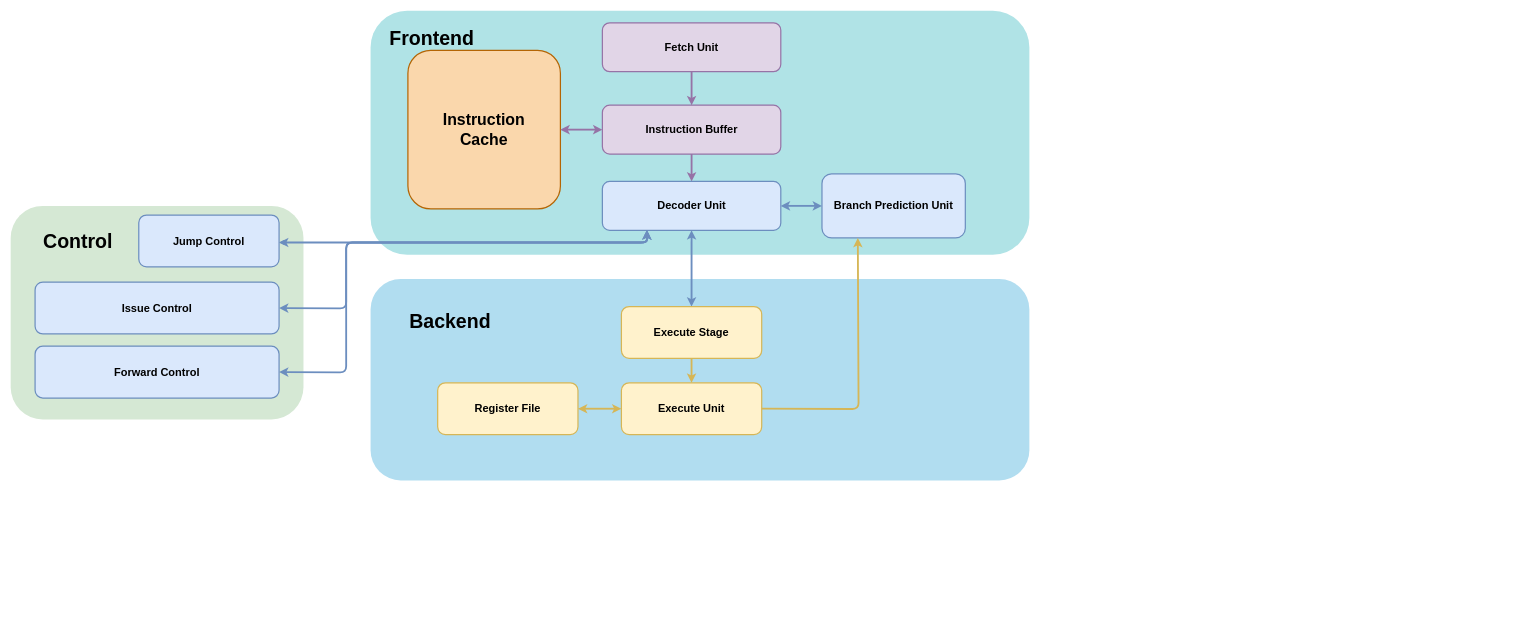
Before: page "Frontend" (8 of 12) of pua-mips.drawio in Clo91eaf/PUA-MIPS, a draw.io diagram. Source tidied: cells renumbered, new cells numbered last; positions are measured from the earlier drawing's top-left corner, leaving out a move shared by most shapes. Both pictures are drawn from the tidied source at 61%, with x=0, y=0 at pixel (10, 10).
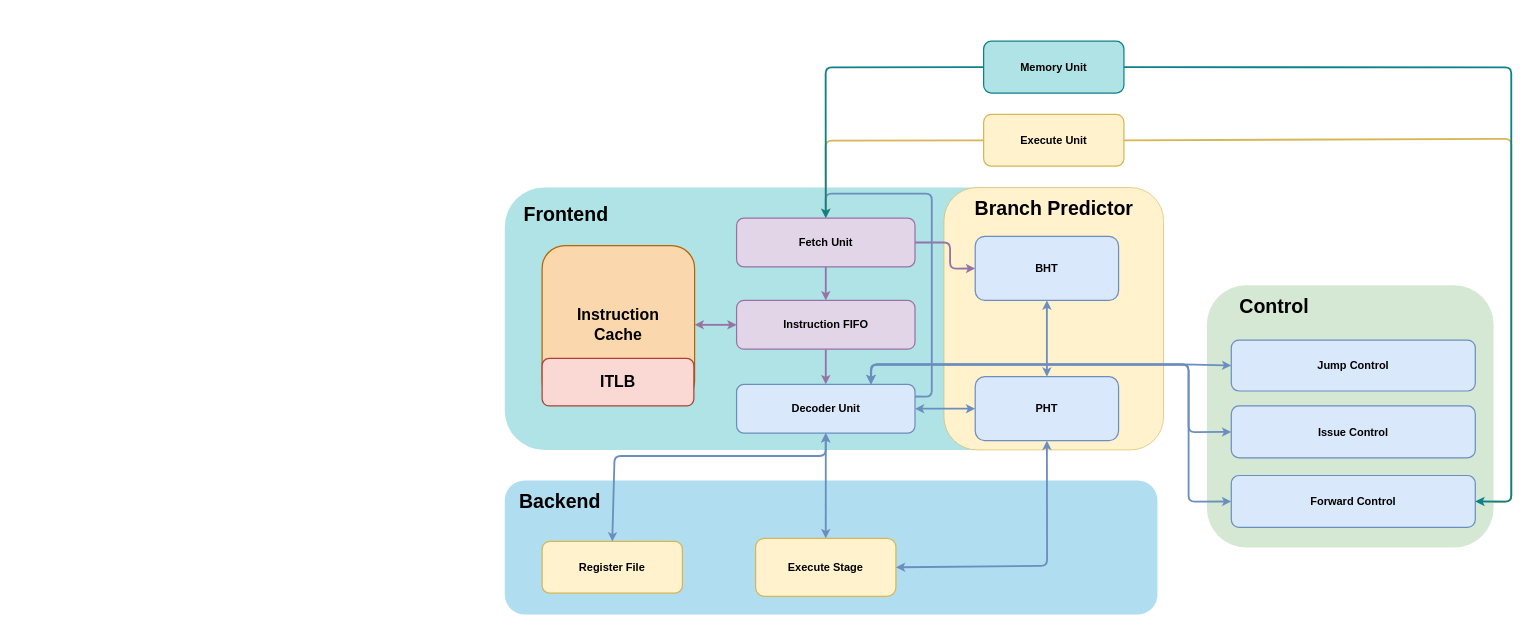
The same page after the edit.

Diff of the diagram source:
```diff
@@
-    <mxCell id="2" style="rounded=1;whiteSpace=wrap;html=1;fontSize=12;fillColor=#b1ddf0;strokeColor=none;" parent="1" vertex="1">
-      <mxGeometry x="590" y="440" width="1080" height="330" as="geometry" />
-    </mxCell>
-    <mxCell id="3" style="rounded=1;whiteSpace=wrap;html=1;fontSize=12;fillColor=#b0e3e6;strokeColor=none;" parent="1" vertex="1">
-      <mxGeometry x="590" width="1080" height="400" as="geometry" />
-    </mxCell>
+    <mxCell id="31" style="edgeStyle=none;html=1;fontSize=26;startArrow=none;startFill=0;fillColor=#fff2cc;strokeColor=#d6b656;strokeWidth=3;exitX=1;exitY=0.5;exitDx=0;exitDy=0;entryX=1;entryY=0.5;entryDx=0;entryDy=0;" parent="1" edge="1" source="18" target="25">
+      <mxGeometry relative="1" as="geometry">
+        <Array as="points">
+          <mxPoint x="2460" y="210" />
+          <mxPoint x="2460" y="805" />
+        </Array>
+      </mxGeometry>
+    </mxCell>
+    <mxCell id="32" style="rounded=1;whiteSpace=wrap;html=1;fontSize=12;fillColor=#b1ddf0;strokeColor=none;" parent="1" vertex="1">
+      <mxGeometry x="810" y="770" width="1070" height="220" as="geometry" />
+    </mxCell>
+    <mxCell id="33" style="rounded=1;whiteSpace=wrap;html=1;fontSize=12;fillColor=#b0e3e6;strokeColor=none;" parent="1" vertex="1">
+      <mxGeometry x="810" y="290" width="1080" height="430" as="geometry" />
+    </mxCell>
+    <mxCell id="34" style="rounded=1;whiteSpace=wrap;html=1;fontSize=12;fillColor=#fff2cc;strokeColor=#d6b656;" parent="1" vertex="1">
+      <mxGeometry x="1530" y="290" width="360" height="430" as="geometry" />
+    </mxCell>
+    <mxCell id="35" style="edgeStyle=none;html=1;fontSize=26;fillColor=#e1d5e7;strokeColor=#9673a6;strokeWidth=3;" parent="1" edge="1" source="6" target="38">
+      <mxGeometry relative="1" as="geometry" />
+    </mxCell>
+    <mxCell id="6" value="&lt;span style=&quot;font-size: 18px&quot;&gt;Fetch Unit&lt;/span&gt;" style="rounded=1;whiteSpace=wrap;html=1;fontSize=12;fillColor=#e1d5e7;strokeColor=#9673a6;strokeWidth=2;fontStyle=1;" parent="1" vertex="1">
+      <mxGeometry x="1190" y="340" width="292.5" height="80" as="geometry" />
+    </mxCell>
+    <mxCell id="36" value="&lt;span style=&quot;font-size: 18px&quot;&gt;PHT&lt;/span&gt;" style="rounded=1;whiteSpace=wrap;html=1;fontSize=12;fillColor=#dae8fc;strokeColor=#6c8ebf;strokeWidth=2;fontStyle=1;" parent="1" vertex="1">
+      <mxGeometry x="1581.2" y="600" width="235" height="105" as="geometry" />
+    </mxCell>
+    <mxCell id="37" style="edgeStyle=none;html=1;fontSize=26;fillColor=#e1d5e7;strokeColor=#9673a6;strokeWidth=3;" parent="1" edge="1" source="38" target="15">
+      <mxGeometry relative="1" as="geometry" />
+    </mxCell>
+    <mxCell id="38" value="&lt;span style=&quot;font-size: 18px&quot;&gt;Instruction FIFO&lt;/span&gt;" style="rounded=1;whiteSpace=wrap;html=1;fontSize=12;fillColor=#e1d5e7;strokeColor=#9673a6;strokeWidth=2;fontStyle=1;" parent="1" vertex="1">
+      <mxGeometry x="1190" y="475" width="292.5" height="80" as="geometry" />
+    </mxCell>
+    <mxCell id="39" style="edgeStyle=none;html=1;fontSize=26;startArrow=classic;startFill=1;entryX=0;entryY=0.5;entryDx=0;entryDy=0;exitX=1;exitY=0.5;exitDx=0;exitDy=0;fillColor=#dae8fc;strokeColor=#6c8ebf;strokeWidth=3;" parent="1" edge="1" source="15" target="36">
+      <mxGeometry relative="1" as="geometry" />
+    </mxCell>
+    <mxCell id="15" value="&lt;span style=&quot;font-size: 18px&quot;&gt;Decoder Unit&lt;/span&gt;" style="rounded=1;whiteSpace=wrap;html=1;fontSize=12;fillColor=#dae8fc;strokeColor=#6c8ebf;strokeWidth=2;fontStyle=1;" parent="1" vertex="1">
+      <mxGeometry x="1190" y="612.5" width="292.5" height="80" as="geometry" />
+    </mxCell>
     <mxCell id="4" value="Frontend" style="text;html=1;align=center;verticalAlign=middle;strokeColor=none;fillColor=none;fontSize=32;fontStyle=1;sketch=0;" parent="1" vertex="1">
-      <mxGeometry x="610" y="20" width="160" height="50" as="geometry" />
+      <mxGeometry x="830" y="310" width="160" height="50" as="geometry" />
     </mxCell>
-    <mxCell id="5" style="edgeStyle=none;html=1;fontSize=26;fillColor=#e1d5e7;strokeColor=#9673a6;strokeWidth=3;" parent="1" edge="1" source="6" target="12">
-      <mxGeometry relative="1" as="geometry" />
-    </mxCell>
-    <mxCell id="6" value="&lt;span style=&quot;font-size: 18px&quot;&gt;Fetch Unit&lt;/span&gt;" style="rounded=1;whiteSpace=wrap;html=1;fontSize=12;fillColor=#e1d5e7;strokeColor=#9673a6;strokeWidth=2;fontStyle=1;" parent="1" vertex="1">
-      <mxGeometry x="970" y="20" width="292.5" height="80" as="geometry" />
-    </mxCell>
     <mxCell id="7" value="&lt;font style=&quot;font-size: 26px;&quot;&gt;Instruction &lt;br&gt;Cache&lt;/font&gt;" style="rounded=1;whiteSpace=wrap;html=1;fontSize=12;fillColor=#fad7ac;strokeColor=#b46504;strokeWidth=2;fontStyle=1;" parent="1" vertex="1">
-      <mxGeometry x="651.2" y="65" width="250" height="260" as="geometry" />
+      <mxGeometry x="871.2" y="385" width="250" height="260" as="geometry" />
     </mxCell>
-    <mxCell id="8" value="&lt;span style=&quot;font-size: 18px&quot;&gt;Branch Prediction Unit&lt;/span&gt;" style="rounded=1;whiteSpace=wrap;html=1;fontSize=12;fillColor=#dae8fc;strokeColor=#6c8ebf;strokeWidth=2;fontStyle=1;" parent="1" vertex="1">
-      <mxGeometry x="1330" y="267.5" width="235" height="105" as="geometry" />
-    </mxCell>
+    <mxCell id="40" style="edgeStyle=none;html=1;fontSize=26;startArrow=classic;startFill=1;fillColor=#e1d5e7;strokeColor=#9673a6;strokeWidth=3;" parent="1" edge="1" source="38" target="7">
+      <mxGeometry relative="1" as="geometry" />
+    </mxCell>
+    <mxCell id="41" value="&lt;span style=&quot;font-size: 26px;&quot;&gt;ITLB&lt;/span&gt;" style="rounded=1;whiteSpace=wrap;html=1;fontSize=12;fillColor=#fad9d5;strokeColor=#ae4132;strokeWidth=2;fontStyle=1;" parent="1" vertex="1">
+      <mxGeometry x="871.2" y="570" width="248.8" height="78" as="geometry" />
+    </mxCell>
+    <mxCell id="42" style="edgeStyle=none;html=1;strokeWidth=3;fillColor=#dae8fc;strokeColor=#6c8ebf;entryX=0.5;entryY=0;entryDx=0;entryDy=0;startArrow=classic;startFill=1;" parent="1" edge="1" source="43" target="36">
+      <mxGeometry relative="1" as="geometry" />
+    </mxCell>
+    <mxCell id="43" value="&lt;span style=&quot;font-size: 18px&quot;&gt;BHT&lt;/span&gt;" style="rounded=1;whiteSpace=wrap;html=1;fontSize=12;fillColor=#dae8fc;strokeColor=#6c8ebf;strokeWidth=2;fontStyle=1;" parent="1" vertex="1">
+      <mxGeometry x="1581.2" y="370" width="235" height="105" as="geometry" />
+    </mxCell>
+    <mxCell id="44" style="edgeStyle=none;html=1;fontSize=26;fillColor=#e1d5e7;strokeColor=#9673a6;strokeWidth=3;exitX=1;exitY=0.5;exitDx=0;exitDy=0;entryX=0;entryY=0.5;entryDx=0;entryDy=0;" parent="1" edge="1" source="6" target="43">
+      <mxGeometry relative="1" as="geometry">
+        <Array as="points">
+          <mxPoint x="1540" y="380" />
+          <mxPoint x="1540" y="423" />
+        </Array>
+      </mxGeometry>
+    </mxCell>
+    <mxCell id="45" value="Branch Predictor" style="text;html=1;align=center;verticalAlign=middle;strokeColor=none;fillColor=none;fontSize=32;fontStyle=1;sketch=0;" parent="1" vertex="1">
+      <mxGeometry x="1570" y="300" width="280" height="50" as="geometry" />
+    </mxCell>
+    <mxCell id="46" style="edgeStyle=none;html=1;fontSize=26;startArrow=none;startFill=0;entryX=0.5;entryY=0;entryDx=0;entryDy=0;fillColor=#dae8fc;strokeColor=#6c8ebf;strokeWidth=3;exitX=1;exitY=0.25;exitDx=0;exitDy=0;" parent="1" edge="1" source="15" target="6">
+      <mxGeometry relative="1" as="geometry">
+        <Array as="points">
+          <mxPoint x="1510" y="633" />
+          <mxPoint x="1510" y="300" />
+          <mxPoint x="1336" y="300" />
+        </Array>
+      </mxGeometry>
+    </mxCell>
+    <mxCell id="16" value="&lt;span style=&quot;font-size: 18px&quot;&gt;Register File&lt;/span&gt;" style="rounded=1;whiteSpace=wrap;html=1;fontSize=12;fillColor=#fff2cc;strokeColor=#d6b656;strokeWidth=2;fontStyle=1;" parent="1" vertex="1">
+      <mxGeometry x="871.2" y="870" width="230" height="85" as="geometry" />
+    </mxCell>
+    <mxCell id="47" style="edgeStyle=none;html=1;fontSize=26;startArrow=classic;startFill=1;fillColor=#dae8fc;strokeColor=#6c8ebf;strokeWidth=3;exitX=0.5;exitY=1;exitDx=0;exitDy=0;entryX=0.5;entryY=0;entryDx=0;entryDy=0;" parent="1" edge="1" source="15" target="16">
+      <mxGeometry relative="1" as="geometry">
+        <Array as="points">
+          <mxPoint x="1336" y="730" />
+          <mxPoint x="990" y="730" />
+        </Array>
+      </mxGeometry>
+    </mxCell>
+    <mxCell id="21" value="&lt;span style=&quot;font-size: 18px&quot;&gt;Execute Stage&lt;/span&gt;" style="rounded=1;whiteSpace=wrap;html=1;fontSize=12;fillColor=#fff2cc;strokeColor=#d6b656;strokeWidth=2;fontStyle=1;" parent="1" vertex="1">
+      <mxGeometry x="1221.2" y="865" width="230" height="95" as="geometry" />
+    </mxCell>
+    <mxCell id="13" style="edgeStyle=none;html=1;fontSize=26;startArrow=classic;startFill=1;fillColor=#dae8fc;strokeColor=#6c8ebf;strokeWidth=3;exitX=0.5;exitY=1;exitDx=0;exitDy=0;entryX=0.5;entryY=0;entryDx=0;entryDy=0;" parent="1" edge="1" source="15" target="21">
+      <mxGeometry relative="1" as="geometry" />
+    </mxCell>
+    <mxCell id="48" style="edgeStyle=none;html=1;fontSize=26;startArrow=classic;startFill=1;fillColor=#dae8fc;strokeColor=#6c8ebf;strokeWidth=3;exitX=0.5;exitY=1;exitDx=0;exitDy=0;entryX=1;entryY=0.5;entryDx=0;entryDy=0;" parent="1" edge="1" source="36" target="21">
+      <mxGeometry relative="1" as="geometry">
+        <Array as="points">
+          <mxPoint x="1699" y="910" />
+        </Array>
+      </mxGeometry>
+    </mxCell>
+    <mxCell id="18" value="&lt;span style=&quot;font-size: 18px&quot;&gt;Execute Unit&lt;/span&gt;" style="rounded=1;whiteSpace=wrap;html=1;fontSize=12;fillColor=#fff2cc;strokeColor=#d6b656;strokeWidth=2;fontStyle=1;" parent="1" vertex="1">
+      <mxGeometry x="1595" y="170" width="230" height="85" as="geometry" />
+    </mxCell>
+    <mxCell id="49" style="edgeStyle=none;html=1;fontSize=26;startArrow=none;startFill=0;fillColor=#fff2cc;strokeColor=#d6b656;strokeWidth=3;exitX=0;exitY=0.5;exitDx=0;exitDy=0;entryX=0.5;entryY=0;entryDx=0;entryDy=0;" parent="1" edge="1" source="18" target="6">
+      <mxGeometry relative="1" as="geometry">
+        <Array as="points">
+          <mxPoint x="1336" y="213" />
+        </Array>
+      </mxGeometry>
+    </mxCell>
+    <mxCell id="50" value="&lt;span style=&quot;font-size: 18px&quot;&gt;Memory Unit&lt;/span&gt;" style="rounded=1;whiteSpace=wrap;html=1;fontSize=12;fillColor=#b0e3e6;strokeColor=#0e8088;strokeWidth=2;fontStyle=1;" parent="1" vertex="1">
+      <mxGeometry x="1595" y="50" width="230" height="85" as="geometry" />
+    </mxCell>
+    <mxCell id="51" style="edgeStyle=none;html=1;fontSize=26;startArrow=none;startFill=0;fillColor=#b0e3e6;strokeColor=#0e8088;strokeWidth=3;exitX=0;exitY=0.5;exitDx=0;exitDy=0;entryX=0.5;entryY=0;entryDx=0;entryDy=0;" parent="1" edge="1" source="50" target="6">
+      <mxGeometry relative="1" as="geometry">
+        <Array as="points">
+          <mxPoint x="1336" y="93" />
+        </Array>
+      </mxGeometry>
+    </mxCell>
     <mxCell id="9" value="Backend" style="text;html=1;align=center;verticalAlign=middle;strokeColor=none;fillColor=none;fontSize=32;fontStyle=1;sketch=0;" parent="1" vertex="1">
-      <mxGeometry x="640" y="485" width="160" height="50" as="geometry" />
+      <mxGeometry x="820" y="780" width="160" height="50" as="geometry" />
     </mxCell>
-    <mxCell id="10" style="edgeStyle=none;html=1;fontSize=26;fillColor=#e1d5e7;strokeColor=#9673a6;strokeWidth=3;" parent="1" edge="1" source="12" target="15">
-      <mxGeometry relative="1" as="geometry" />
-    </mxCell>
-    <mxCell id="11" style="edgeStyle=none;html=1;fontSize=26;startArrow=classic;startFill=1;fillColor=#e1d5e7;strokeColor=#9673a6;strokeWidth=3;" parent="1" edge="1" source="12" target="7">
-      <mxGeometry relative="1" as="geometry" />
-    </mxCell>
-    <mxCell id="12" value="&lt;span style=&quot;font-size: 18px&quot;&gt;Instruction Buffer&lt;/span&gt;" style="rounded=1;whiteSpace=wrap;html=1;fontSize=12;fillColor=#e1d5e7;strokeColor=#9673a6;strokeWidth=2;fontStyle=1;" parent="1" vertex="1">
-      <mxGeometry x="970" y="155" width="292.5" height="80" as="geometry" />
-    </mxCell>
-    <mxCell id="13" style="edgeStyle=none;html=1;fontSize=26;startArrow=classic;startFill=1;entryX=0.5;entryY=0;entryDx=0;entryDy=0;fillColor=#dae8fc;strokeColor=#6c8ebf;strokeWidth=3;" parent="1" edge="1" source="15" target="21">
-      <mxGeometry relative="1" as="geometry" />
-    </mxCell>
-    <mxCell id="14" style="edgeStyle=none;html=1;fontSize=26;startArrow=classic;startFill=1;entryX=0;entryY=0.5;entryDx=0;entryDy=0;exitX=1;exitY=0.5;exitDx=0;exitDy=0;fillColor=#dae8fc;strokeColor=#6c8ebf;strokeWidth=3;" parent="1" edge="1" source="15" target="8">
-      <mxGeometry relative="1" as="geometry" />
-    </mxCell>
-    <mxCell id="15" value="&lt;span style=&quot;font-size: 18px&quot;&gt;Decoder Unit&lt;/span&gt;" style="rounded=1;whiteSpace=wrap;html=1;fontSize=12;fillColor=#dae8fc;strokeColor=#6c8ebf;strokeWidth=2;fontStyle=1;" parent="1" vertex="1">
-      <mxGeometry x="970" y="280" width="292.5" height="80" as="geometry" />
-    </mxCell>
-    <mxCell id="16" value="&lt;span style=&quot;font-size: 18px&quot;&gt;Register File&lt;/span&gt;" style="rounded=1;whiteSpace=wrap;html=1;fontSize=12;fillColor=#fff2cc;strokeColor=#d6b656;strokeWidth=2;fontStyle=1;" parent="1" vertex="1">
-      <mxGeometry x="700" y="610" width="230" height="85" as="geometry" />
-    </mxCell>
-    <mxCell id="17" style="edgeStyle=none;html=1;fontSize=26;startArrow=classic;startFill=1;fillColor=#fff2cc;strokeColor=#d6b656;strokeWidth=3;" parent="1" edge="1" source="18" target="16">
-      <mxGeometry relative="1" as="geometry" />
-    </mxCell>
-    <mxCell id="18" value="&lt;span style=&quot;font-size: 18px&quot;&gt;Execute Unit&lt;/span&gt;" style="rounded=1;whiteSpace=wrap;html=1;fontSize=12;fillColor=#fff2cc;strokeColor=#d6b656;strokeWidth=2;fontStyle=1;" parent="1" vertex="1">
-      <mxGeometry x="1001.2" y="610" width="230" height="85" as="geometry" />
-    </mxCell>
-    <mxCell id="19" style="edgeStyle=none;html=1;fontSize=26;startArrow=none;startFill=0;fillColor=#fff2cc;strokeColor=#d6b656;strokeWidth=3;" parent="1" edge="1" source="21" target="18">
-      <mxGeometry relative="1" as="geometry" />
-    </mxCell>
-    <mxCell id="20" style="edgeStyle=none;html=1;fontSize=26;startArrow=none;startFill=0;entryX=0.25;entryY=1;entryDx=0;entryDy=0;exitX=1;exitY=0.5;exitDx=0;exitDy=0;endArrow=classic;endFill=1;fillColor=#fff2cc;strokeColor=#d6b656;strokeWidth=3;" parent="1" edge="1" source="18" target="8">
-      <mxGeometry relative="1" as="geometry">
-        <Array as="points">
-          <mxPoint x="1390" y="653" />
-        </Array>
-      </mxGeometry>
-    </mxCell>
-    <mxCell id="21" value="&lt;span style=&quot;font-size: 18px&quot;&gt;Execute Stage&lt;/span&gt;" style="rounded=1;whiteSpace=wrap;html=1;fontSize=12;fillColor=#fff2cc;strokeColor=#d6b656;strokeWidth=2;fontStyle=1;" parent="1" vertex="1">
-      <mxGeometry x="1001.2" y="485" width="230" height="85" as="geometry" />
-    </mxCell>
-    <mxCell id="22" style="rounded=1;whiteSpace=wrap;html=1;fontSize=12;fillColor=#d5e8d4;strokeColor=none;strokeWidth=2;fontStyle=1;" parent="1" vertex="1">
-      <mxGeometry y="320" width="480" height="350" as="geometry" />
-    </mxCell>
+    <mxCell id="52" style="rounded=1;whiteSpace=wrap;html=1;fontSize=12;fillColor=#d5e8d4;strokeColor=none;strokeWidth=2;fontStyle=1;" parent="1" vertex="1">
+      <mxGeometry x="1961" y="450" width="470" height="430" as="geometry" />
+    </mxCell>
     <mxCell id="23" value="&lt;span style=&quot;font-size: 18px&quot;&gt;Jump Control&lt;/span&gt;" style="rounded=1;whiteSpace=wrap;html=1;fontSize=12;fillColor=#dae8fc;strokeColor=#6c8ebf;strokeWidth=2;fontStyle=1;" parent="1" vertex="1">
-      <mxGeometry x="210" y="335" width="230" height="85" as="geometry" />
+      <mxGeometry x="2001" y="540" width="400" height="83.5" as="geometry" />
     </mxCell>
     <mxCell id="24" value="&lt;span style=&quot;font-size: 18px&quot;&gt;Issue Control&lt;/span&gt;" style="rounded=1;whiteSpace=wrap;html=1;fontSize=12;fillColor=#dae8fc;strokeColor=#6c8ebf;strokeWidth=2;fontStyle=1;" parent="1" vertex="1">
-      <mxGeometry x="40" y="445" width="400" height="85" as="geometry" />
+      <mxGeometry x="2001" y="648" width="400" height="85" as="geometry" />
     </mxCell>
     <mxCell id="25" value="&lt;span style=&quot;font-size: 18px&quot;&gt;Forward Control&lt;/span&gt;" style="rounded=1;whiteSpace=wrap;html=1;fontSize=12;fillColor=#dae8fc;strokeColor=#6c8ebf;strokeWidth=2;fontStyle=1;" parent="1" vertex="1">
-      <mxGeometry x="40" y="550" width="400" height="85" as="geometry" />
+      <mxGeometry x="2001" y="762" width="400" height="85" as="geometry" />
     </mxCell>
     <mxCell id="26" value="Control" style="text;html=1;align=center;verticalAlign=middle;strokeColor=none;fillColor=none;fontSize=32;fontStyle=1;sketch=0;" parent="1" vertex="1">
-      <mxGeometry x="40" y="352.5" width="140" height="50" as="geometry" />
+      <mxGeometry x="2001" y="460" width="140" height="50" as="geometry" />
     </mxCell>
-    <mxCell id="27" style="edgeStyle=none;html=1;strokeColor=#6c8ebf;fontSize=26;startArrow=classic;startFill=1;endArrow=classic;endFill=1;exitX=0.25;exitY=1;exitDx=0;exitDy=0;fillColor=#dae8fc;" parent="1" edge="1" source="15">
-      <mxGeometry relative="1" as="geometry">
-        <mxPoint x="440" y="380" as="targetPoint" />
-        <Array as="points">
-          <mxPoint x="1043" y="380" />
-        </Array>
-      </mxGeometry>
-    </mxCell>
-    <mxCell id="28" style="edgeStyle=none;html=1;strokeColor=#6c8ebf;fontSize=26;startArrow=classic;startFill=1;endArrow=classic;endFill=1;entryX=1;entryY=0.5;entryDx=0;entryDy=0;exitX=0.25;exitY=1;exitDx=0;exitDy=0;fillColor=#dae8fc;strokeWidth=3;" parent="1" edge="1" source="15" target="24">
-      <mxGeometry relative="1" as="geometry">
-        <Array as="points">
-          <mxPoint x="1043" y="380" />
-          <mxPoint x="550" y="380" />
-          <mxPoint x="550" y="488" />
-        </Array>
-      </mxGeometry>
-    </mxCell>
-    <mxCell id="29" style="edgeStyle=none;html=1;strokeColor=#6c8ebf;fontSize=26;startArrow=classic;startFill=1;endArrow=classic;endFill=1;entryX=1;entryY=0.5;entryDx=0;entryDy=0;exitX=0.25;exitY=1;exitDx=0;exitDy=0;fillColor=#dae8fc;strokeWidth=3;" parent="1" edge="1" target="25">
-      <mxGeometry relative="1" as="geometry">
-        <mxPoint x="1043.1" y="360" as="sourcePoint" />
-        <Array as="points">
-          <mxPoint x="1043" y="380" />
-          <mxPoint x="550" y="380" />
-          <mxPoint x="550" y="593" />
-        </Array>
-      </mxGeometry>
-    </mxCell>
-    <mxCell id="30" style="edgeStyle=none;html=1;strokeColor=#6c8ebf;fontSize=26;startArrow=classic;startFill=1;endArrow=classic;endFill=1;exitX=0.25;exitY=1;exitDx=0;exitDy=0;fillColor=#dae8fc;strokeWidth=3;" parent="1" edge="1">
-      <mxGeometry relative="1" as="geometry">
-        <mxPoint x="1043.1" y="360" as="sourcePoint" />
-        <mxPoint x="440" y="380" as="targetPoint" />
-        <Array as="points">
-          <mxPoint x="1043" y="380" />
-        </Array>
-      </mxGeometry>
-    </mxCell>
+    <mxCell id="53" style="edgeStyle=none;html=1;strokeColor=#6c8ebf;fontSize=26;startArrow=classic;startFill=1;endArrow=classic;endFill=1;entryX=0;entryY=0.5;entryDx=0;entryDy=0;exitX=0.75;exitY=0;exitDx=0;exitDy=0;fillColor=#dae8fc;strokeWidth=3;" parent="1" edge="1" target="24">
+      <mxGeometry relative="1" as="geometry">
+        <mxPoint x="1410.4" y="612.5" as="sourcePoint" />
+        <Array as="points">
+          <mxPoint x="1410" y="580" />
+          <mxPoint x="1931" y="580" />
+          <mxPoint x="1931" y="691" />
+        </Array>
+      </mxGeometry>
+    </mxCell>
+    <mxCell id="54" style="edgeStyle=none;html=1;strokeColor=#6c8ebf;fontSize=26;startArrow=classic;startFill=1;endArrow=classic;endFill=1;entryX=0;entryY=0.5;entryDx=0;entryDy=0;exitX=0.75;exitY=0;exitDx=0;exitDy=0;fillColor=#dae8fc;strokeWidth=3;" parent="1" edge="1" target="25">
+      <mxGeometry relative="1" as="geometry">
+        <mxPoint x="1410.4" y="612.5" as="sourcePoint" />
+        <Array as="points">
+          <mxPoint x="1411" y="580" />
+          <mxPoint x="1931" y="580" />
+          <mxPoint x="1931" y="805" />
+        </Array>
+      </mxGeometry>
+    </mxCell>
+    <mxCell id="55" style="edgeStyle=none;html=1;strokeColor=#6c8ebf;fontSize=26;startArrow=classic;startFill=1;endArrow=classic;endFill=1;fillColor=#dae8fc;strokeWidth=3;entryX=0;entryY=0.5;entryDx=0;entryDy=0;exitX=0.75;exitY=0;exitDx=0;exitDy=0;" parent="1" edge="1" target="23">
+      <mxGeometry relative="1" as="geometry">
+        <mxPoint x="1410.4" y="612.5" as="sourcePoint" />
+        <Array as="points">
+          <mxPoint x="1410" y="580" />
+          <mxPoint x="1931" y="580" />
+        </Array>
+      </mxGeometry>
+    </mxCell>
+    <mxCell id="56" style="edgeStyle=none;html=1;fontSize=26;startArrow=none;startFill=0;fillColor=#b0e3e6;strokeColor=#0e8088;strokeWidth=3;exitX=1;exitY=0.5;exitDx=0;exitDy=0;entryX=1;entryY=0.5;entryDx=0;entryDy=0;" parent="1" edge="1" source="50" target="25">
+      <mxGeometry relative="1" as="geometry">
+        <Array as="points">
+          <mxPoint x="2460" y="93" />
+          <mxPoint x="2460" y="805" />
+        </Array>
+      </mxGeometry>
+    </mxCell>
```
